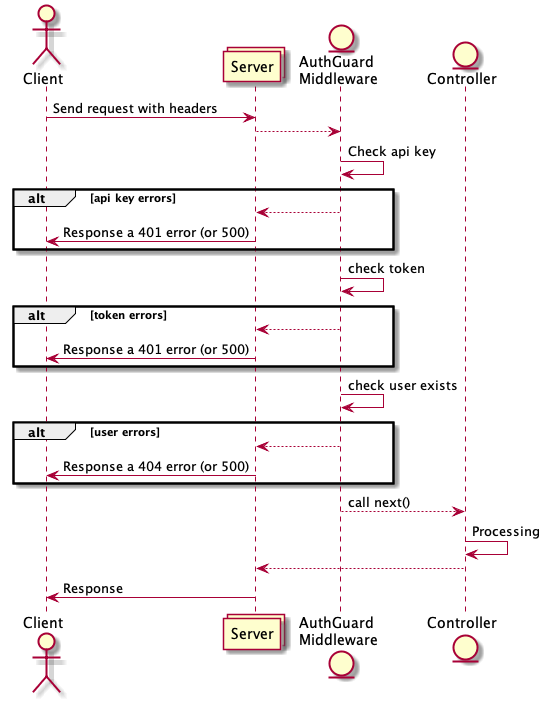
Earlier version of the PlantUML export 02.byd-Platform/7.TechnicalDocumentation/auth-guard/sequence.png (cogirep/documentation). Its diagram source:
```plantuml
@startuml
  actor Client as c
  collections Server as s
  entity "AuthGuard \nMiddleware" as m
  entity "Controller" as co

  c -> s: Send request with headers
  s --> m

  m -> m: Check api key
  alt api key errors
    m --> s
    s -> c: Response a 401 error (or 500)
  end

  m -> m: check token
  alt token errors
    m --> s
    s -> c: Response a 401 error (or 500)
  end

  m -> m: check user exists
  alt user errors
    m --> s
    s -> c: Response a 404 error (or 500)
  end

  m --> co: call next()

  co -> co: Processing
  co --> s
  s -> c: Response


@enduml
```
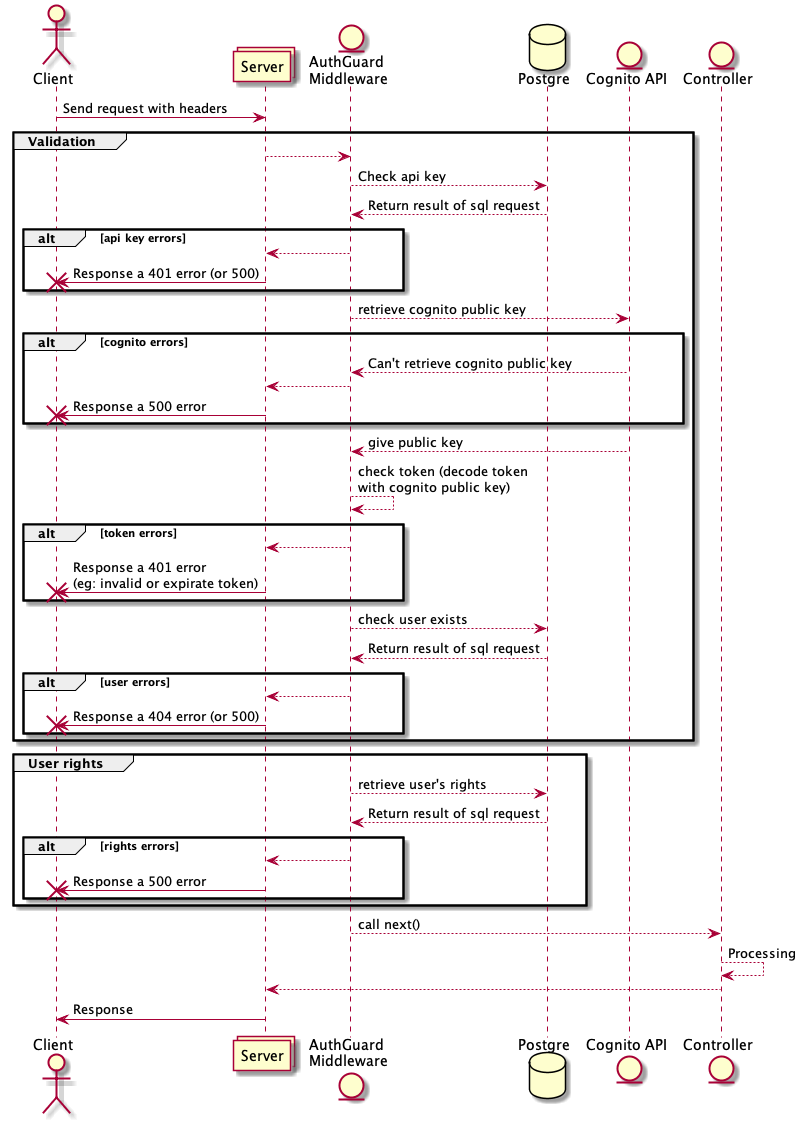
The same file after the commit.

Commit message:
docs: add activity and sequence diagrams

The edit, as a diff of the source:
```diff
@@ -2,32 +2,59 @@
   actor Client as c
   collections Server as s
   entity "AuthGuard \nMiddleware" as m
+
+  database "Postgre" as pg
+  entity "Cognito API" as auth
   entity "Controller" as co
 
   c -> s: Send request with headers
-  s --> m
 
-  m -> m: Check api key
-  alt api key errors
-    m --> s
-    s -> c: Response a 401 error (or 500)
+  group Validation
+
+    s --> m
+
+    m --> pg: Check api key
+    pg --> m: Return result of sql request
+
+    alt api key errors
+      m --> s
+      s -> c !! : Response a 401 error (or 500)
+    end
+
+    m --> auth: retrieve cognito public key
+    alt cognito errors
+      auth --> m: Can't retrieve cognito public key
+      m --> s
+      s -> c !! : Response a 500 error
+    end
+    auth --> m:  give public key
+    m --> m: check token (decode token \nwith cognito public key)
+    alt token errors
+      m --> s
+      s -> c !! : Response a 401 error \n(eg: invalid or expirate token)
+    end
+
+    m --> pg: check user exists
+    pg --> m: Return result of sql request
+    alt user errors
+      m --> s
+      s -> c !! : Response a 404 error (or 500)
+    end
   end
 
-  m -> m: check token
-  alt token errors
-    m --> s
-    s -> c: Response a 401 error (or 500)
-  end
+  group User rights
+    m --> pg: retrieve user's rights
+    pg --> m: Return result of sql request
 
-  m -> m: check user exists
-  alt user errors
-    m --> s
-    s -> c: Response a 404 error (or 500)
+    alt rights errors
+      m --> s
+      s -> c !! : Response a 500 error
+    end
   end
 
   m --> co: call next()
 
-  co -> co: Processing
+  co --> co: Processing
   co --> s
   s -> c: Response
 
```
